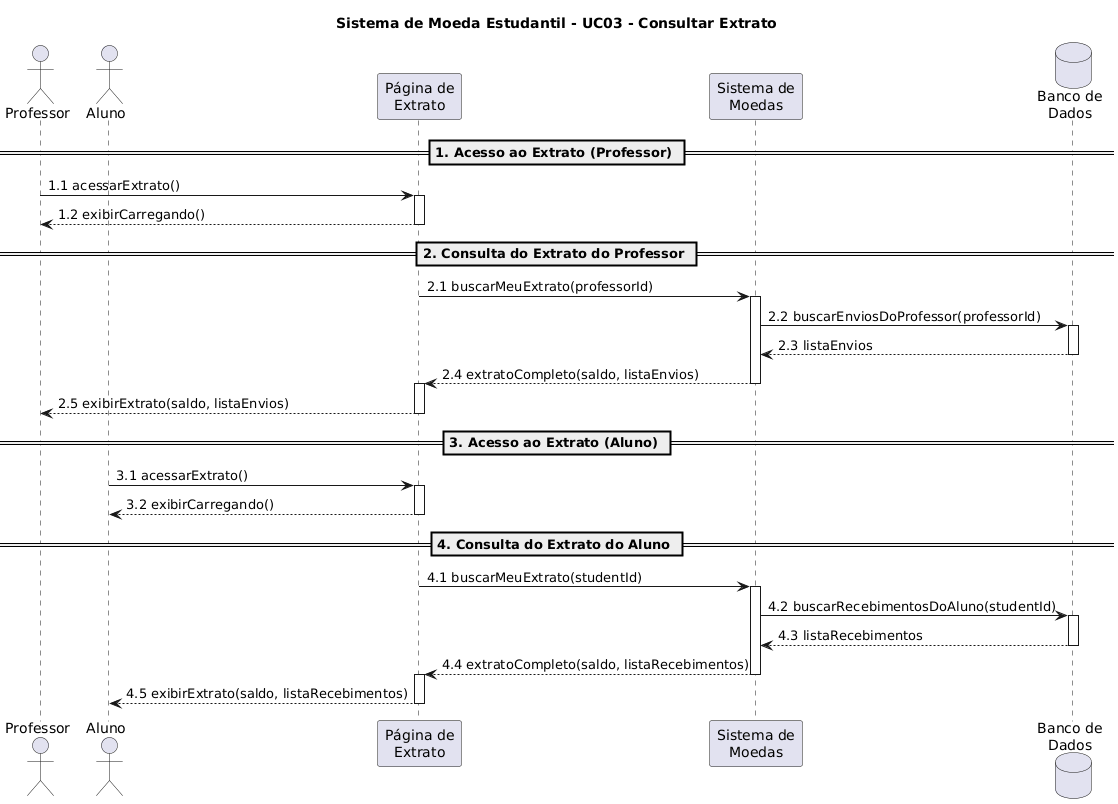
The PlantUML diagram docs/diagramas/Diagrama-de-sequencia/UC03/UC03-ConsultarExtrato.png in LauraPontara/lab-sistema-moeda-estudantil, before a commit. Source of this version:
```plantuml
@startuml
title Sistema de Moeda Estudantil - UC03 - Consultar Extrato

actor "Professor" as P
actor "Aluno" as A
participant "Página de\nExtrato" as PE
participant "Sistema de\nMoedas" as SM
database "Banco de\nDados" as BD

== 1. Acesso ao Extrato (Professor) ==

P -> PE: 1.1 acessarExtrato()
activate PE
PE --> P: 1.2 exibirCarregando()
deactivate PE

== 2. Consulta do Extrato do Professor ==

PE -> SM: 2.1 buscarMeuExtrato(professorId)
activate SM
SM -> BD: 2.2 buscarEnviosDoProfessor(professorId)
activate BD
BD --> SM: 2.3 listaEnvios
deactivate BD
SM --> PE: 2.4 extratoCompleto(saldo, listaEnvios)
deactivate SM
activate PE
PE --> P: 2.5 exibirExtrato(saldo, listaEnvios)
deactivate PE

== 3. Acesso ao Extrato (Aluno) ==

A -> PE: 3.1 acessarExtrato()
activate PE
PE --> A: 3.2 exibirCarregando()
deactivate PE

== 4. Consulta do Extrato do Aluno ==

PE -> SM: 4.1 buscarMeuExtrato(studentId)
activate SM
SM -> BD: 4.2 buscarRecebimentosDoAluno(studentId)
activate BD
BD --> SM: 4.3 listaRecebimentos
deactivate BD
SM --> PE: 4.4 extratoCompleto(saldo, listaRecebimentos)
deactivate SM
activate PE
PE --> A: 4.5 exibirExtrato(saldo, listaRecebimentos)
deactivate PE
@enduml
```
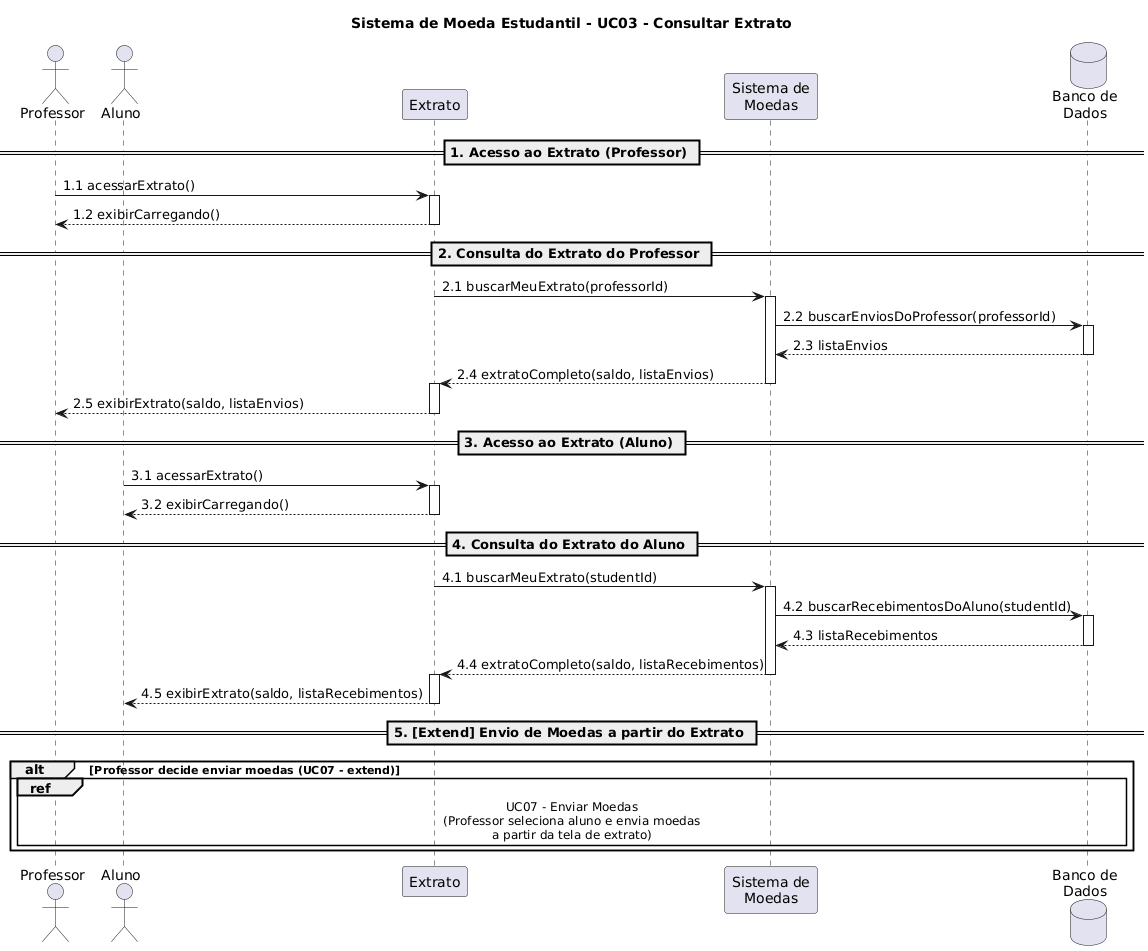
After the commit.

What changed in the source:
```diff
@@ -3,7 +3,7 @@
 
 actor "Professor" as P
 actor "Aluno" as A
-participant "Página de\nExtrato" as PE
+participant "Extrato" as PE
 participant "Sistema de\nMoedas" as SM
 database "Banco de\nDados" as BD
 
@@ -48,4 +48,10 @@
 activate PE
 PE --> A: 4.5 exibirExtrato(saldo, listaRecebimentos)
 deactivate PE
+
+== 5. [Extend] Envio de Moedas a partir do Extrato ==
+
+alt Professor decide enviar moedas (UC07 - extend)
+    ref over P, PE, SM, BD: UC07 - Enviar Moedas\n(Professor seleciona aluno e envia moedas\na partir da tela de extrato)
+end
 @enduml
```
